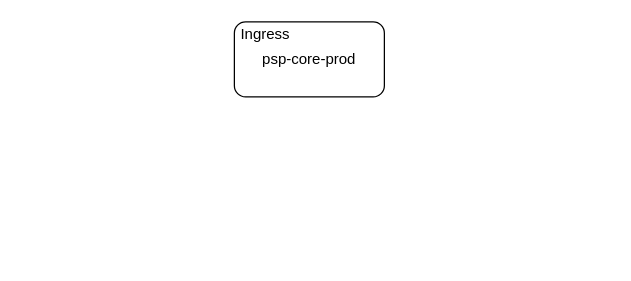
Above: mobikwik/alerts/5xx-Ingress-count-nsdl-alert.drawio in RohitGH29/drawio (draw.io), before the change. Source tidied: cells renumbered, new cells numbered last; positions are measured from the earlier drawing's top-left corner, leaving out a move shared by most shapes. Both pictures are drawn from the tidied source at 125%, with x=0, y=0 at pixel (234, 21).
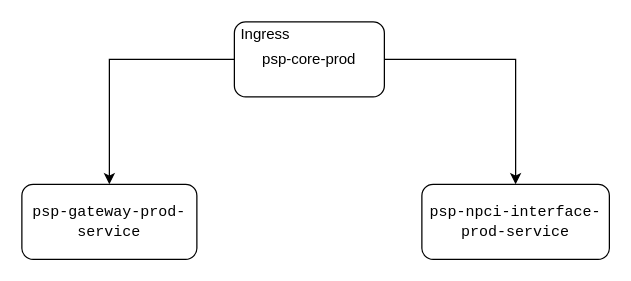
The same diagram, later.

The edit, as a diff of the source:
```diff
@@
 <mxGraphModel>
   <root>
     <mxCell id="0" />
     <mxCell id="1" parent="0" />
+    <mxCell id="4" style="edgeStyle=orthogonalEdgeStyle;rounded=0;jettySize=auto;html=1;entryX=0.5;entryY=0;entryDx=0;entryDy=0;" parent="1" edge="1" source="2" target="6">
+      <mxGeometry relative="1" as="geometry" />
+    </mxCell>
+    <mxCell id="5" style="edgeStyle=orthogonalEdgeStyle;rounded=0;jettySize=auto;html=1;" parent="1" edge="1" source="2" target="7">
+      <mxGeometry relative="1" as="geometry" />
+    </mxCell>
     <mxCell id="2" value="psp-core-prod" style="rounded=1;whiteSpace=wrap;html=1;" parent="1" vertex="1">
       <mxGeometry width="120" height="60" as="geometry" />
     </mxCell>
     <mxCell id="3" value="Ingress" style="text;html=1;whiteSpace=wrap;strokeColor=none;fillColor=none;align=center;verticalAlign=middle;rounded=0;" parent="1" vertex="1">
       <mxGeometry width="50" height="20" as="geometry" />
     </mxCell>
+    <mxCell id="6" value="&lt;code&gt;psp-gateway-prod-service&lt;/code&gt;" style="rounded=1;whiteSpace=wrap;html=1;" parent="1" vertex="1">
+      <mxGeometry x="-170" y="130" width="140" height="60" as="geometry" />
+    </mxCell>
+    <mxCell id="7" value="&lt;code&gt;psp-npci-interface-prod-service&lt;/code&gt;" style="rounded=1;whiteSpace=wrap;html=1;" parent="1" vertex="1">
+      <mxGeometry x="150" y="130" width="150" height="60" as="geometry" />
+    </mxCell>
   </root>
 </mxGraphModel>
```
